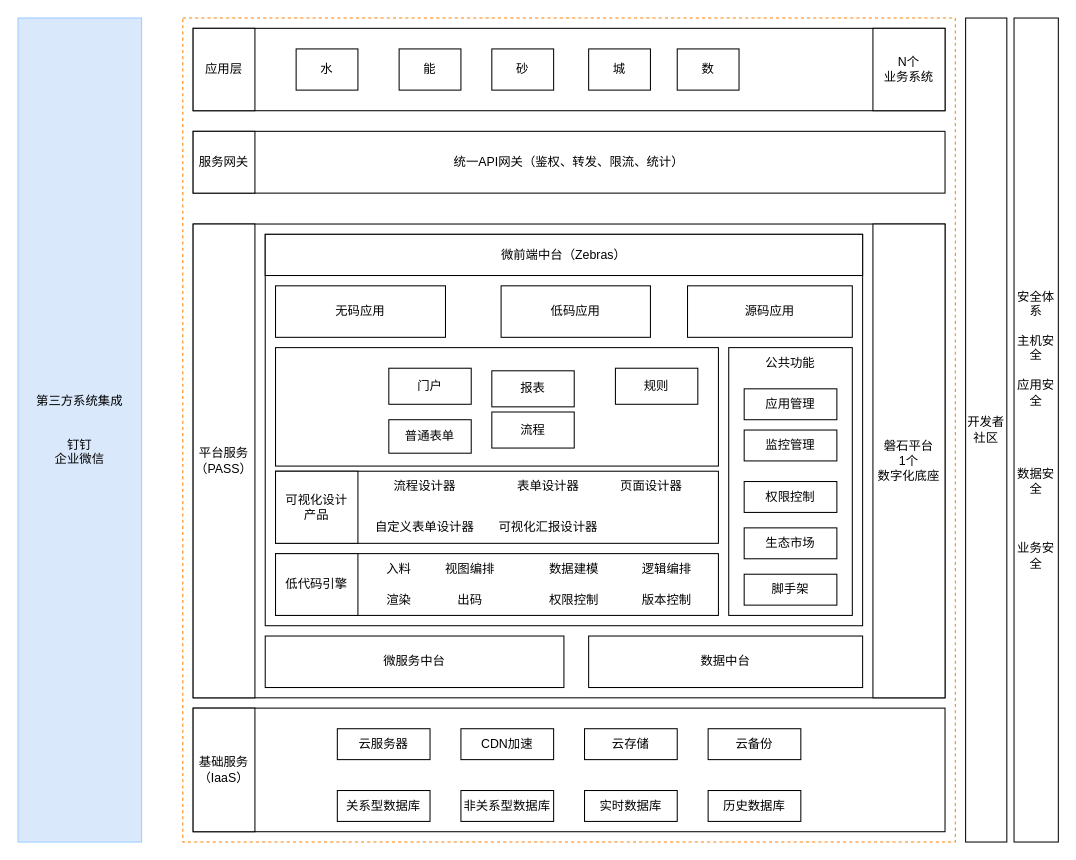
Above: 低代码——整体架构图.drawio in tangyaosimida/love (draw.io), before the change. Source tidied: cells renumbered, new cells numbered last; positions are measured from the earlier drawing's top-left corner, leaving out a move shared by most shapes. Both pictures are drawn from the tidied source at 103%, with x=0, y=0 at pixel (18, 18).
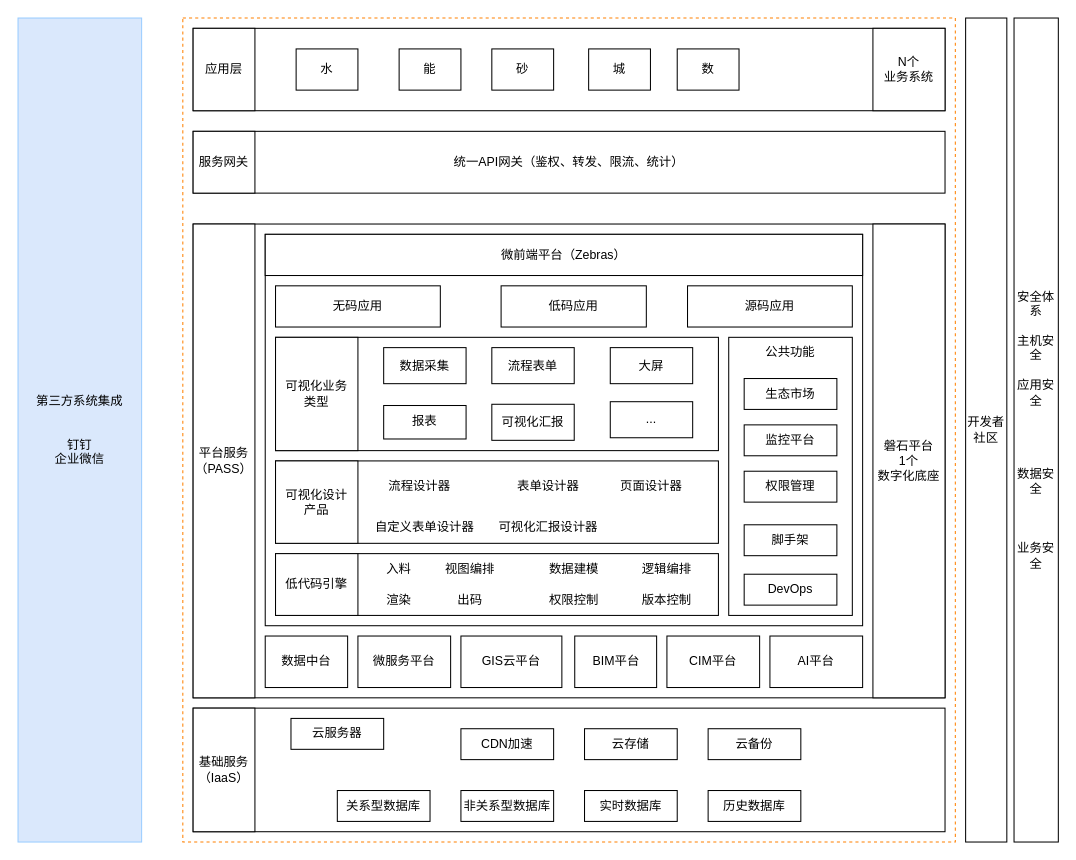
The same page after the edit.

Commit message (it also covers changes not shown here):
更新低代码——整体架构图.drawio

The edit, as a diff of the source:
```diff
@@
     <mxCell id="9" value="云服务器" style="rounded=0;whiteSpace=wrap;html=1;" parent="1" vertex="1">
-      <mxGeometry x="310" y="690" width="90" height="30" as="geometry" />
+      <mxGeometry x="265" y="680" width="90" height="30" as="geometry" />
     </mxCell>
@@
-    <mxCell id="29" value="数据中台" style="rounded=0;whiteSpace=wrap;html=1;" parent="1" vertex="1">
-      <mxGeometry x="554" y="600" width="266" height="50" as="geometry" />
+    <mxCell id="29" value="微服务平台" style="rounded=0;whiteSpace=wrap;html=1;" parent="1" vertex="1">
+      <mxGeometry x="330" y="600" width="90" height="50" as="geometry" />
     </mxCell>
-    <mxCell id="30" value="微服务中台" style="rounded=0;whiteSpace=wrap;html=1;" parent="1" vertex="1">
-      <mxGeometry x="240" y="600" width="290" height="50" as="geometry" />
+    <mxCell id="30" value="数据中台" style="rounded=0;whiteSpace=wrap;html=1;" parent="1" vertex="1">
+      <mxGeometry x="240" y="600" width="80" height="50" as="geometry" />
     </mxCell>
@@
-    <mxCell id="32" value="微前端中台（Zebras）" style="rounded=0;whiteSpace=wrap;html=1;" parent="1" vertex="1">
+    <mxCell id="32" value="微前端平台（Zebras）" style="rounded=0;whiteSpace=wrap;html=1;" parent="1" vertex="1">
       <mxGeometry x="240" y="210" width="580" height="40" as="geometry" />
     </mxCell>
     <mxCell id="33" value="&lt;div&gt;&lt;br&gt;&lt;/div&gt;" style="rounded=0;whiteSpace=wrap;html=1;" parent="1" vertex="1">
-      <mxGeometry x="690" y="320" width="120" height="260" as="geometry" />
+      <mxGeometry x="690" y="310" width="120" height="270" as="geometry" />
     </mxCell>
-    <mxCell id="34" value="应用管理" style="rounded=0;whiteSpace=wrap;html=1;" parent="1" vertex="1">
-      <mxGeometry x="705" y="360" width="90" height="30" as="geometry" />
+    <mxCell id="34" value="生态市场" style="rounded=0;whiteSpace=wrap;html=1;" parent="1" vertex="1">
+      <mxGeometry x="705" y="350" width="90" height="30" as="geometry" />
     </mxCell>
-    <mxCell id="35" value="监控管理" style="rounded=0;whiteSpace=wrap;html=1;" parent="1" vertex="1">
-      <mxGeometry x="705" y="400" width="90" height="30" as="geometry" />
+    <mxCell id="35" value="监控平台" style="rounded=0;whiteSpace=wrap;html=1;" parent="1" vertex="1">
+      <mxGeometry x="705" y="395" width="90" height="30" as="geometry" />
     </mxCell>
-    <mxCell id="36" value="权限控制" style="rounded=0;whiteSpace=wrap;html=1;" parent="1" vertex="1">
-      <mxGeometry x="705" y="450" width="90" height="30" as="geometry" />
+    <mxCell id="36" value="权限管理" style="rounded=0;whiteSpace=wrap;html=1;" parent="1" vertex="1">
+      <mxGeometry x="705" y="440" width="90" height="30" as="geometry" />
     </mxCell>
-    <mxCell id="37" value="生态市场" style="rounded=0;whiteSpace=wrap;html=1;" parent="1" vertex="1">
-      <mxGeometry x="705" y="495" width="90" height="30" as="geometry" />
+    <mxCell id="37" value="脚手架" style="rounded=0;whiteSpace=wrap;html=1;" parent="1" vertex="1">
+      <mxGeometry x="705" y="492" width="90" height="30" as="geometry" />
     </mxCell>
-    <mxCell id="38" value="脚手架" style="rounded=0;whiteSpace=wrap;html=1;" parent="1" vertex="1">
+    <mxCell id="38" value="DevOps" style="rounded=0;whiteSpace=wrap;html=1;" parent="1" vertex="1">
       <mxGeometry x="705" y="540" width="90" height="30" as="geometry" />
     </mxCell>
     <mxCell id="39" value="公共功能" style="text;html=1;align=center;verticalAlign=middle;whiteSpace=wrap;rounded=0;" parent="1" vertex="1">
-      <mxGeometry x="705" y="320" width="90" height="30" as="geometry" />
+      <mxGeometry x="705" y="310" width="90" height="30" as="geometry" />
     </mxCell>
@@
     <mxCell id="41" style="rounded=0;whiteSpace=wrap;html=1;" parent="1" vertex="1">
-      <mxGeometry x="250" y="440" width="430" height="70" as="geometry" />
+      <mxGeometry x="250" y="430" width="430" height="80" as="geometry" />
     </mxCell>
@@
     <mxCell id="44" style="rounded=0;whiteSpace=wrap;html=1;" parent="1" vertex="1">
-      <mxGeometry x="250" y="320" width="430" height="115" as="geometry" />
+      <mxGeometry x="250" y="310" width="430" height="110" as="geometry" />
     </mxCell>
     <mxCell id="45" value="无码应用" style="rounded=0;whiteSpace=wrap;html=1;" parent="1" vertex="1">
-      <mxGeometry x="250" y="260" width="165" height="50" as="geometry" />
+      <mxGeometry x="250" y="260" width="160" height="40" as="geometry" />
     </mxCell>
     <mxCell id="46" value="低码应用" style="rounded=0;whiteSpace=wrap;html=1;" parent="1" vertex="1">
-      <mxGeometry x="469" y="260" width="145" height="50" as="geometry" />
+      <mxGeometry x="469" y="260" width="141" height="40" as="geometry" />
     </mxCell>
     <mxCell id="47" value="源码应用" style="rounded=0;whiteSpace=wrap;html=1;" parent="1" vertex="1">
-      <mxGeometry x="650" y="260" width="160" height="50" as="geometry" />
+      <mxGeometry x="650" y="260" width="160" height="40" as="geometry" />
     </mxCell>
@@
     <mxCell id="49" value="流程设计器" style="text;html=1;align=center;verticalAlign=middle;whiteSpace=wrap;rounded=0;" parent="1" vertex="1">
-      <mxGeometry x="340" y="440" width="110" height="30" as="geometry" />
+      <mxGeometry x="340" y="440" width="100" height="30" as="geometry" />
     </mxCell>
@@
-    <mxCell id="58" value="普通表单" style="rounded=0;whiteSpace=wrap;html=1;" parent="1" vertex="1">
-      <mxGeometry x="360" y="390" width="80" height="32.5" as="geometry" />
+    <mxCell id="58" value="报表" style="rounded=0;whiteSpace=wrap;html=1;" parent="1" vertex="1">
+      <mxGeometry x="355" y="376.2" width="80" height="32.5" as="geometry" />
     </mxCell>
-    <mxCell id="59" value="报表" style="rounded=0;whiteSpace=wrap;html=1;" parent="1" vertex="1">
-      <mxGeometry x="460" y="342.5" width="80" height="35" as="geometry" />
+    <mxCell id="59" value="可视化汇报" style="rounded=0;whiteSpace=wrap;html=1;" parent="1" vertex="1">
+      <mxGeometry x="460" y="375" width="80" height="35" as="geometry" />
     </mxCell>
-    <mxCell id="60" value="门户" style="rounded=0;whiteSpace=wrap;html=1;" parent="1" vertex="1">
-      <mxGeometry x="360" y="340" width="80" height="35" as="geometry" />
+    <mxCell id="60" value="数据采集" style="rounded=0;whiteSpace=wrap;html=1;" parent="1" vertex="1">
+      <mxGeometry x="355" y="320" width="80" height="35" as="geometry" />
     </mxCell>
-    <mxCell id="61" value="规则" style="rounded=0;whiteSpace=wrap;html=1;" parent="1" vertex="1">
-      <mxGeometry x="580" y="340" width="80" height="35" as="geometry" />
+    <mxCell id="61" value="流程表单" style="rounded=0;whiteSpace=wrap;html=1;" parent="1" vertex="1">
+      <mxGeometry x="460" y="320" width="80" height="35" as="geometry" />
     </mxCell>
-    <mxCell id="62" value="流程" style="rounded=0;whiteSpace=wrap;html=1;" parent="1" vertex="1">
-      <mxGeometry x="460" y="382.5" width="80" height="35" as="geometry" />
+    <mxCell id="62" value="大屏" style="rounded=0;whiteSpace=wrap;html=1;" parent="1" vertex="1">
+      <mxGeometry x="575" y="320" width="80" height="35" as="geometry" />
     </mxCell>
     <mxCell id="63" value="可视化设计&lt;div&gt;产品&lt;/div&gt;" style="rounded=0;whiteSpace=wrap;html=1;" parent="1" vertex="1">
-      <mxGeometry x="250" y="440" width="80" height="70" as="geometry" />
+      <mxGeometry x="250" y="430" width="80" height="80" as="geometry" />
     </mxCell>
@@
+    <mxCell id="66" value="GIS云平台" style="rounded=0;whiteSpace=wrap;html=1;" parent="1" vertex="1">
+      <mxGeometry x="430" y="600" width="98" height="50" as="geometry" />
+    </mxCell>
+    <mxCell id="67" value="BIM平台" style="rounded=0;whiteSpace=wrap;html=1;" parent="1" vertex="1">
+      <mxGeometry x="540.5" y="600" width="79.5" height="50" as="geometry" />
+    </mxCell>
+    <mxCell id="68" value="CIM平台" style="rounded=0;whiteSpace=wrap;html=1;" parent="1" vertex="1">
+      <mxGeometry x="630" y="600" width="90" height="50" as="geometry" />
+    </mxCell>
+    <mxCell id="69" value="AI平台" style="rounded=0;whiteSpace=wrap;html=1;" parent="1" vertex="1">
+      <mxGeometry x="730" y="600" width="90" height="50" as="geometry" />
+    </mxCell>
+    <mxCell id="70" value="可视化业务&lt;div&gt;类型&lt;/div&gt;" style="rounded=0;whiteSpace=wrap;html=1;" parent="1" vertex="1">
+      <mxGeometry x="250" y="310" width="80" height="110" as="geometry" />
+    </mxCell>
+    <mxCell id="71" value="..." style="rounded=0;whiteSpace=wrap;html=1;" parent="1" vertex="1">
+      <mxGeometry x="575" y="372.5" width="80" height="35" as="geometry" />
+    </mxCell>
```
